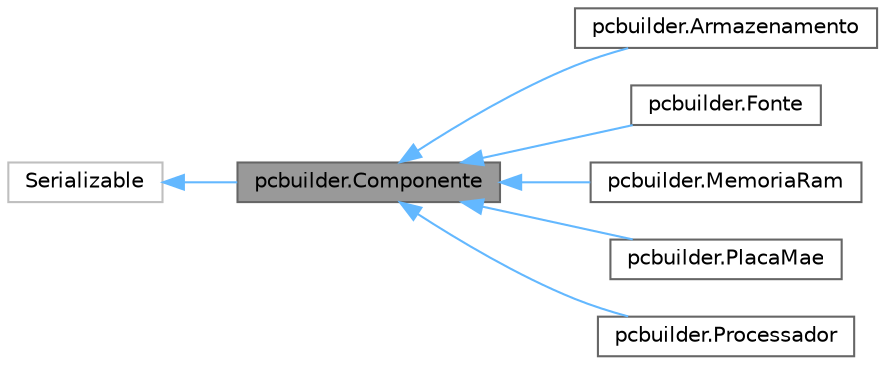
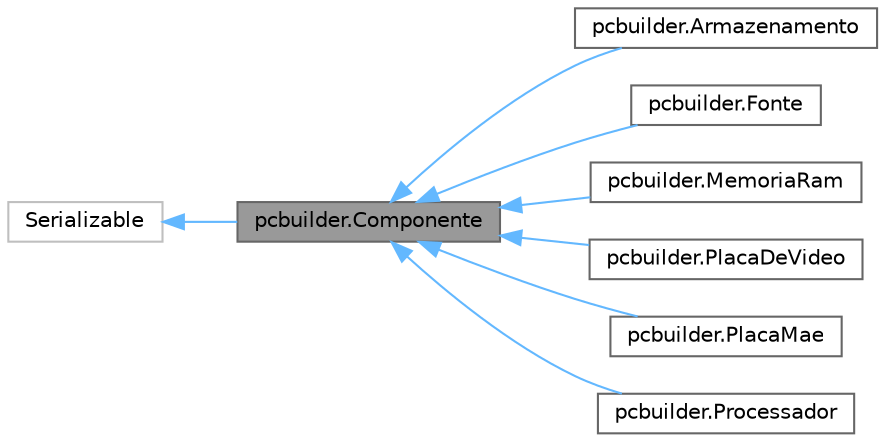
digraph "pcbuilder.Componente"
{
 // LATEX_PDF_SIZE
  bgcolor="transparent";
  edge [fontname=Helvetica,fontsize=10,labelfontname=Helvetica,labelfontsize=10];
  node [fontname=Helvetica,fontsize=10,shape=box,height=0.2,width=0.4];
  rankdir="LR";
  Node1 [id="Node000001",label="pcbuilder.Componente",height=0.2,width=0.4,color="gray40", fillcolor="grey60", style="filled", fontcolor="black",tooltip="Classe abstrata base para todos os hardwares do sistema. Centraliza os atributos comuns como marca,..."];
  Node2 -> Node1 [id="edge1_Node000001_Node000002",dir="back",color="steelblue1",style="solid",tooltip=" "];
  Node2 [id="Node000002",label="Serializable",height=0.2,width=0.4,color="grey75", fillcolor="white", style="filled",tooltip=" "];
  Node1 -> Node3 [id="edge2_Node000001_Node000003",dir="back",color="steelblue1",style="solid",tooltip=" "];
  Node3 [id="Node000003",label="pcbuilder.Armazenamento",height=0.2,width=0.4,color="gray40", fillcolor="white", style="filled",URL="$classpcbuilder_1_1Armazenamento.html",tooltip="Representa as unidades de armazenamento (SSD, NVMe, HDD)."];
  Node1 -> Node4 [id="edge3_Node000001_Node000004",dir="back",color="steelblue1",style="solid",tooltip=" "];
  Node4 [id="Node000004",label="pcbuilder.Fonte",height=0.2,width=0.4,color="gray40", fillcolor="white", style="filled",URL="$classpcbuilder_1_1Fonte.html",tooltip="Representa a Fonte de Alimentação (PSU). Fundamental para validar se a potência fornecida é maior que..."];
  Node1 -> Node5 [id="edge4_Node000001_Node000005",dir="back",color="steelblue1",style="solid",tooltip=" "];
  Node5 [id="Node000005",label="pcbuilder.MemoriaRam",height=0.2,width=0.4,color="gray40", fillcolor="white", style="filled",URL="$classpcbuilder_1_1MemoriaRam.html",tooltip="Representa um módulo de Memória RAM."];
  Node1 -> Node6 [id="edge5_Node000001_Node000006",dir="back",color="steelblue1",style="solid",tooltip=" "];
-   Node6 [id="Node000006",label="pcbuilder.PlacaMae",height=0.2,width=0.4,color="gray40", fillcolor="white", style="filled",URL="$classpcbuilder_1_1PlacaMae.html",tooltip="Representa a placa-mãe do computador. Guarda as regras estruturais como Socket e Tipo de RAM que dita..."];
+   Node6 [id="Node000006",label="pcbuilder.PlacaDeVideo",height=0.2,width=0.4,color="gray40", fillcolor="white", style="filled",URL="$classpcbuilder_1_1PlacaDeVideo.html",tooltip="Representa a Placa de Vídeo (GPU) dedicada do sistema. Extende a classe base Componente e adiciona es..."];
  Node1 -> Node7 [id="edge6_Node000001_Node000007",dir="back",color="steelblue1",style="solid",tooltip=" "];
-   Node7 [id="Node000007",label="pcbuilder.Processador",height=0.2,width=0.4,color="gray40", fillcolor="white", style="filled",URL="$classpcbuilder_1_1Processador.html",tooltip="Representa o processador (CPU) do sistema. Extende a classe base Componente e adiciona característica..."];
+   Node7 [id="Node000007",label="pcbuilder.PlacaMae",height=0.2,width=0.4,color="gray40", fillcolor="white", style="filled",URL="$classpcbuilder_1_1PlacaMae.html",tooltip="Representa a placa-mãe do computador. Guarda as regras estruturais como Socket e Tipo de RAM que dita..."];
+   Node1 -> Node8 [id="edge7_Node000001_Node000008",dir="back",color="steelblue1",style="solid",tooltip=" "];
+   Node8 [id="Node000008",label="pcbuilder.Processador",height=0.2,width=0.4,color="gray40", fillcolor="white", style="filled",URL="$classpcbuilder_1_1Processador.html",tooltip="Representa o processador (CPU) do sistema. Extende a classe base Componente e adiciona característica..."];
}
